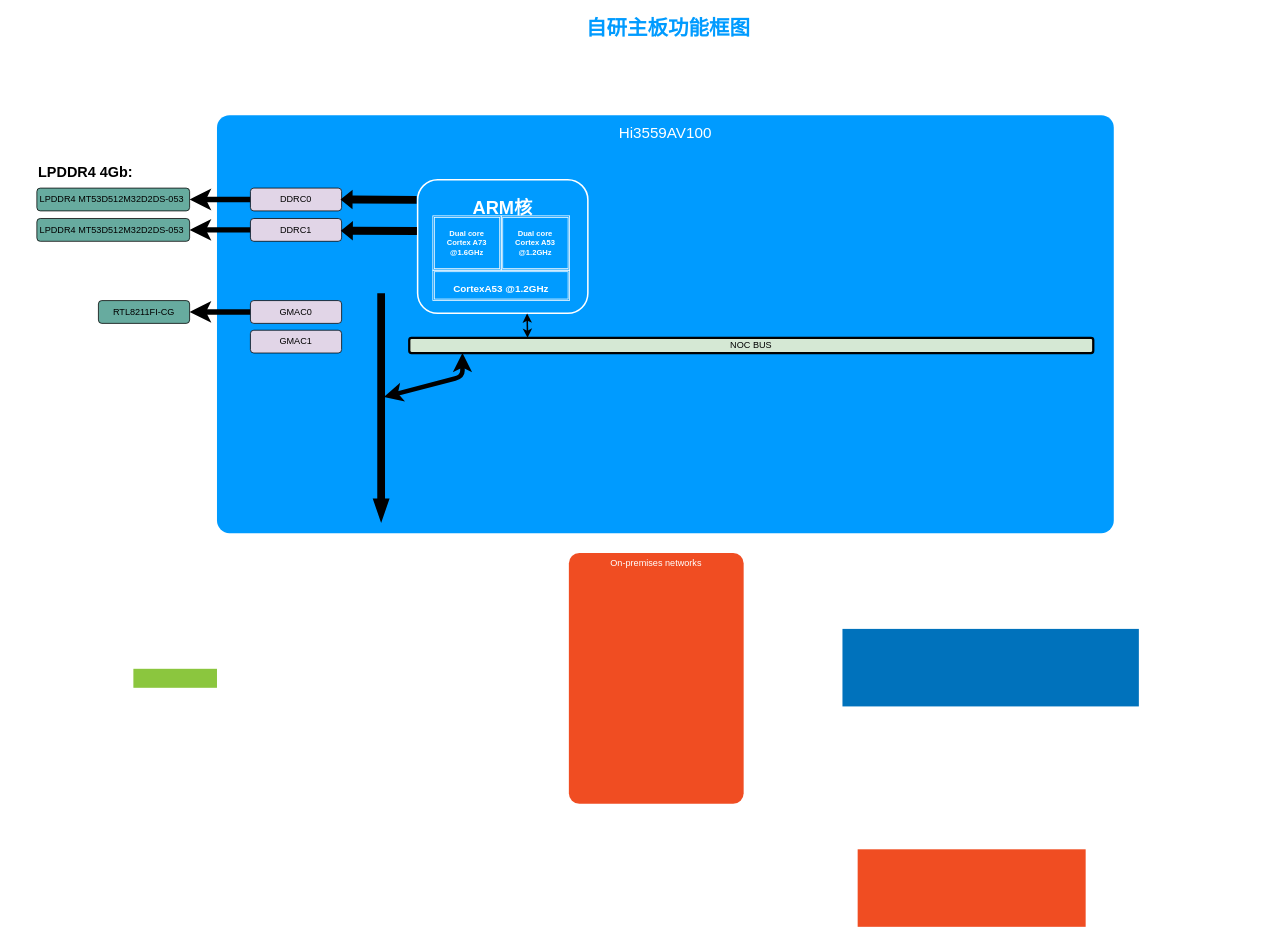
qiaoshouxing/draw.io keeps this draw.io diagram as Hi3559av100.drawio. Above is the earlier version. Source tidied: cells renumbered, new cells numbered last; positions are measured from the earlier drawing's top-left corner, leaving out a move shared by most shapes. Both pictures are drawn from the tidied source at 76%, with x=0, y=0 at pixel (36, 13). Pictures stored in the file or linked from it are replaced by grey dashed boxes.
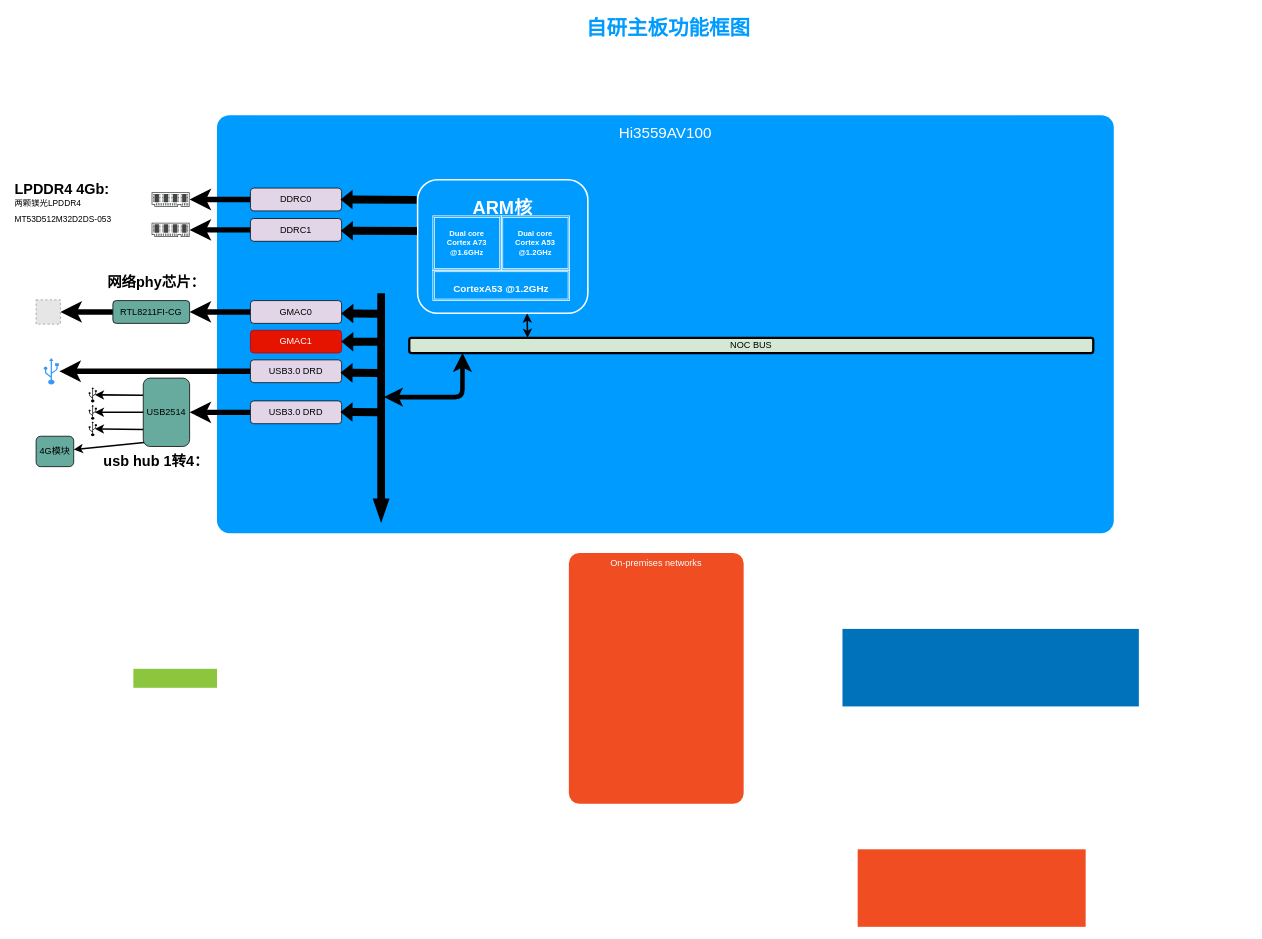
The same diagram, later.

Unchanged cells that the change refers to:
```xml
<mxCell id="14" style="html=1;shadow=0;dashed=0;align=center;verticalAlign=middle;shape=mxgraph.arrows2.arrow;dy=0.6;dx=26;direction=south;notch=0;strokeColor=#000000;strokeWidth=3;fillColor=#000000;" parent="1" vertex="1">
  <mxGeometry x="444" y="370" width="18" height="296" as="geometry" />
</mxCell>
<mxCell id="17" value="DDRC0" style="rounded=1;whiteSpace=wrap;html=1;strokeColor=#000000;strokeWidth=1;fillColor=#e1d5e7;" parent="1" vertex="1">
  <mxGeometry x="281" y="230" width="120" height="30" as="geometry" />
</mxCell>
<mxCell id="20" value="DDRC1" style="rounded=1;whiteSpace=wrap;html=1;strokeColor=#000000;strokeWidth=1;fillColor=#e1d5e7;" parent="1" vertex="1">
  <mxGeometry x="281" y="270" width="120" height="30" as="geometry" />
</mxCell>
```

Diff of the diagram source:
```diff
@@
     <mxCell id="15" style="endArrow=classic;startArrow=classic;html=1;strokeWidth=6;jumpSize=7;exitX=0;exitY=0;exitDx=135;exitDy=5.3999999999999995;exitPerimeter=0;" parent="1" edge="1" source="14">
       <mxGeometry relative="1" as="geometry">
         <mxPoint x="560" y="447" as="targetPoint" />
         <Array as="points">
-          <mxPoint x="560" y="478" />
+          <mxPoint x="560" y="505" />
         </Array>
       </mxGeometry>
     </mxCell>
-    <mxCell id="16" style="edgeStyle=orthogonalEdgeStyle;rounded=0;jumpSize=7;jettySize=auto;html=1;strokeWidth=7;fillColor=#000000;" parent="1" edge="1" source="17" target="18">
-      <mxGeometry relative="1" as="geometry" />
+    <mxCell id="16" style="edgeStyle=orthogonalEdgeStyle;rounded=0;jumpSize=7;jettySize=auto;html=1;strokeWidth=7;fillColor=#000000;" parent="1" edge="1" source="17">
+      <mxGeometry relative="1" as="geometry">
+        <mxPoint x="201" y="245" as="targetPoint" />
+      </mxGeometry>
     </mxCell>
@@
-    <mxCell id="18" value="&lt;div&gt;LPDDR4&amp;nbsp;&lt;span&gt;MT53D512M&lt;/span&gt;&lt;span&gt;32D2DS-053&amp;nbsp;&lt;/span&gt;&lt;/div&gt;" style="rounded=1;whiteSpace=wrap;html=1;strokeColor=#000000;strokeWidth=1;fillColor=#67AB9F;" parent="1" vertex="1">
-      <mxGeometry y="230" width="201" height="30" as="geometry" />
-    </mxCell>
-    <mxCell id="19" style="edgeStyle=orthogonalEdgeStyle;rounded=0;jumpSize=7;jettySize=auto;html=1;strokeWidth=7;fillColor=#000000;" parent="1" edge="1" source="20" target="21">
-      <mxGeometry relative="1" as="geometry" />
+    <mxCell id="19" style="edgeStyle=orthogonalEdgeStyle;rounded=0;jumpSize=7;jettySize=auto;html=1;strokeWidth=7;fillColor=#000000;" parent="1" edge="1" source="20">
+      <mxGeometry relative="1" as="geometry">
+        <mxPoint x="201" y="285" as="targetPoint" />
+      </mxGeometry>
     </mxCell>
@@
-    <mxCell id="21" value="LPDDR4&amp;nbsp;MT53D512M32D2DS-053&amp;nbsp;" style="rounded=1;whiteSpace=wrap;html=1;strokeColor=#000000;strokeWidth=1;fillColor=#67AB9F;" parent="1" vertex="1">
-      <mxGeometry y="270" width="201" height="30" as="geometry" />
-    </mxCell>
@@
+    <mxCell id="29" style="edgeStyle=orthogonalEdgeStyle;rounded=0;jettySize=auto;html=1;strokeWidth=7;entryX=1;entryY=0.5;entryDx=0;entryDy=0;" parent="1" edge="1" source="26" target="46">
+      <mxGeometry relative="1" as="geometry" />
+    </mxCell>
     <mxCell id="26" value="RTL8211FI-CG" style="rounded=1;whiteSpace=wrap;html=1;strokeColor=#000000;strokeWidth=1;fillColor=#67AB9F;" parent="1" vertex="1">
-      <mxGeometry x="81" y="378" width="120" height="30" as="geometry" />
+      <mxGeometry x="100" y="378" width="101" height="30" as="geometry" />
     </mxCell>
-    <mxCell id="27" value="GMAC1" style="rounded=1;whiteSpace=wrap;html=1;strokeColor=#000000;strokeWidth=1;fillColor=#e1d5e7;" parent="1" vertex="1">
+    <mxCell id="27" value="GMAC1" style="rounded=1;whiteSpace=wrap;html=1;strokeColor=#B20000;strokeWidth=1;fillColor=#e51400;fontColor=#ffffff;" parent="1" vertex="1">
       <mxGeometry x="281" y="417" width="120" height="30" as="geometry" />
     </mxCell>
-    <mxCell id="28" value="&lt;b&gt;&lt;font style=&quot;font-size: 19px&quot;&gt;LPDDR4 4Gb:&lt;/font&gt;&lt;/b&gt;" style="text;html=1;strokeColor=none;fillColor=none;align=left;verticalAlign=middle;whiteSpace=wrap;rounded=0;" parent="1" vertex="1">
-      <mxGeometry y="190" width="144.5" height="40" as="geometry" />
+    <mxCell id="28" value="&lt;b&gt;&lt;font style=&quot;font-size: 19px&quot;&gt;LPDDR4 4Gb:&lt;br&gt;&lt;/font&gt;&lt;/b&gt;&lt;span style=&quot;text-align: center&quot;&gt;&lt;font&gt;&lt;span style=&quot;font-size: 11px&quot;&gt;两颗镁光LPDDR4 MT53D512M32D2DS-053&amp;nbsp;&lt;/span&gt;&lt;/font&gt;&lt;/span&gt;&lt;b&gt;&lt;font style=&quot;font-size: 19px&quot;&gt;&lt;br&gt;&lt;/font&gt;&lt;/b&gt;" style="text;html=1;strokeColor=none;fillColor=none;align=left;verticalAlign=middle;whiteSpace=wrap;rounded=0;" parent="1" vertex="1">
+      <mxGeometry x="-31" y="230" width="181" height="40" as="geometry" />
     </mxCell>
+    <mxCell id="30" style="shape=flexArrow;endArrow=classic;html=1;strokeWidth=1;exitX=0.005;exitY=0.151;exitDx=0;exitDy=0;exitPerimeter=0;fillColor=#000000;strokeColor=none;endWidth=14.285714285714285;endSize=4.961904761904762;width=10.476190476190476;" parent="1" edge="1">
+      <mxGeometry relative="1" as="geometry">
+        <mxPoint x="451.1" y="395.3" as="sourcePoint" />
+        <mxPoint x="400" y="395" as="targetPoint" />
+      </mxGeometry>
+    </mxCell>
+    <mxCell id="31" style="shape=flexArrow;endArrow=classic;html=1;strokeWidth=1;exitX=0.005;exitY=0.151;exitDx=0;exitDy=0;exitPerimeter=0;fillColor=#000000;strokeColor=none;endWidth=14.285714285714285;endSize=4.961904761904762;width=10.476190476190476;" parent="1" edge="1">
+      <mxGeometry relative="1" as="geometry">
+        <mxPoint x="451.1" y="432.3" as="sourcePoint" />
+        <mxPoint x="400" y="432" as="targetPoint" />
+      </mxGeometry>
+    </mxCell>
+    <mxCell id="32" value="&lt;b&gt;&lt;font style=&quot;font-size: 19px&quot;&gt;网络phy芯片：&lt;/font&gt;&lt;/b&gt;" style="text;html=1;strokeColor=none;fillColor=none;align=left;verticalAlign=middle;whiteSpace=wrap;rounded=0;" parent="1" vertex="1">
+      <mxGeometry x="91" y="335" width="139" height="40" as="geometry" />
+    </mxCell>
+    <mxCell id="33" style="edgeStyle=orthogonalEdgeStyle;rounded=0;jettySize=auto;html=1;strokeWidth=7;entryX=1.033;entryY=0.5;entryDx=0;entryDy=0;entryPerimeter=0;" parent="1" edge="1" source="34" target="45">
+      <mxGeometry relative="1" as="geometry" />
+    </mxCell>
+    <mxCell id="34" value="USB3.0 DRD" style="rounded=1;whiteSpace=wrap;html=1;strokeColor=#000000;strokeWidth=1;fillColor=#e1d5e7;" parent="1" vertex="1">
+      <mxGeometry x="281" y="456" width="120" height="30" as="geometry" />
+    </mxCell>
+    <mxCell id="35" style="edgeStyle=orthogonalEdgeStyle;rounded=0;jettySize=auto;html=1;strokeWidth=7;" parent="1" edge="1" source="36" target="41">
+      <mxGeometry relative="1" as="geometry" />
+    </mxCell>
+    <mxCell id="36" value="USB3.0 DRD" style="rounded=1;whiteSpace=wrap;html=1;strokeColor=#000000;strokeWidth=1;fillColor=#e1d5e7;" parent="1" vertex="1">
+      <mxGeometry x="281" y="510" width="120" height="30" as="geometry" />
+    </mxCell>
+    <mxCell id="37" style="rounded=0;jettySize=auto;html=1;exitX=0;exitY=0.25;exitDx=0;exitDy=0;entryX=0.75;entryY=0.5;entryDx=0;entryDy=0;entryPerimeter=0;strokeWidth=2;" parent="1" edge="1" source="41" target="49">
+      <mxGeometry relative="1" as="geometry" />
+    </mxCell>
+    <mxCell id="38" style="edgeStyle=orthogonalEdgeStyle;rounded=0;jettySize=auto;html=1;exitX=0;exitY=0.5;exitDx=0;exitDy=0;entryX=0.75;entryY=0.5;entryDx=0;entryDy=0;entryPerimeter=0;strokeWidth=2;" parent="1" edge="1" source="41" target="50">
+      <mxGeometry relative="1" as="geometry" />
+    </mxCell>
+    <mxCell id="39" style="rounded=0;jettySize=auto;html=1;exitX=0;exitY=0.75;exitDx=0;exitDy=0;entryX=0.75;entryY=0.5;entryDx=0;entryDy=0;entryPerimeter=0;strokeWidth=2;" parent="1" edge="1" source="41" target="51">
+      <mxGeometry relative="1" as="geometry" />
+    </mxCell>
+    <mxCell id="40" style="rounded=0;jettySize=auto;html=1;strokeWidth=2;exitX=0.022;exitY=0.94;exitDx=0;exitDy=0;exitPerimeter=0;" parent="1" edge="1" source="41" target="42">
+      <mxGeometry relative="1" as="geometry" />
+    </mxCell>
+    <mxCell id="41" value="USB2514" style="rounded=1;whiteSpace=wrap;html=1;strokeColor=#000000;strokeWidth=1;fillColor=#67AB9F;" parent="1" vertex="1">
+      <mxGeometry x="140" y="480" width="61" height="90" as="geometry" />
+    </mxCell>
+    <mxCell id="42" value="4G模块" style="rounded=1;whiteSpace=wrap;html=1;strokeColor=#000000;strokeWidth=1;fillColor=#67AB9F;" parent="1" vertex="1">
+      <mxGeometry x="-1" y="556.5" width="49.5" height="40" as="geometry" />
+    </mxCell>
+    <mxCell id="43" style="shape=flexArrow;endArrow=classic;html=1;strokeWidth=1;exitX=0.005;exitY=0.151;exitDx=0;exitDy=0;exitPerimeter=0;fillColor=#000000;strokeColor=none;endWidth=14.285714285714285;endSize=4.961904761904762;width=10.476190476190476;" parent="1" edge="1">
+      <mxGeometry relative="1" as="geometry">
+        <mxPoint x="450.1" y="473.3" as="sourcePoint" />
+        <mxPoint x="399" y="473" as="targetPoint" />
+      </mxGeometry>
+    </mxCell>
+    <mxCell id="44" style="shape=flexArrow;endArrow=classic;html=1;strokeWidth=1;exitX=0.005;exitY=0.151;exitDx=0;exitDy=0;exitPerimeter=0;fillColor=#000000;strokeColor=none;endWidth=14.285714285714285;endSize=4.961904761904762;width=10.476190476190476;" parent="1" edge="1">
+      <mxGeometry relative="1" as="geometry">
+        <mxPoint x="450.1" y="524.8" as="sourcePoint" />
+        <mxPoint x="399" y="524.5" as="targetPoint" />
+      </mxGeometry>
+    </mxCell>
+    <mxCell id="45" style="shape=mxgraph.signs.tech.usb;html=1;fillColor=#3399FF;strokeColor=none;verticalLabelPosition=bottom;verticalAlign=top;align=center;" parent="1" vertex="1">
+      <mxGeometry x="9" y="453.5" width="20" height="35" as="geometry" />
+    </mxCell>
+    <mxCell id="46" style="fillColor=#E6E6E6;strokeColor=#999999;dashed=1;html=1;verticalAlign=top;verticalLabelPosition=bottom;labelBackgroundColor=#ffffff;" parent="1" vertex="1">
+      <mxGeometry x="-1" y="377" width="32" height="32" as="geometry" />
+    </mxCell>
+    <mxCell id="47" style="shadow=0;dashed=0;html=1;strokeColor=none;fillColor=#434445;labelPosition=center;verticalLabelPosition=bottom;verticalAlign=top;align=center;shape=mxgraph.vvd.memory;" parent="1" vertex="1">
+      <mxGeometry x="151" y="235.5" width="50" height="19" as="geometry" />
+    </mxCell>
+    <mxCell id="48" style="shadow=0;dashed=0;html=1;strokeColor=none;fillColor=#434445;labelPosition=center;verticalLabelPosition=bottom;verticalAlign=top;align=center;shape=mxgraph.vvd.memory;" parent="1" vertex="1">
+      <mxGeometry x="151" y="275.5" width="50" height="19" as="geometry" />
+    </mxCell>
+    <mxCell id="49" style="shape=mxgraph.signs.tech.usb;html=1;fillColor=#000000;strokeColor=none;verticalLabelPosition=bottom;verticalAlign=top;align=center;" parent="1" vertex="1">
+      <mxGeometry x="68" y="492" width="11" height="20" as="geometry" />
+    </mxCell>
+    <mxCell id="50" style="shape=mxgraph.signs.tech.usb;html=1;fillColor=#000000;strokeColor=none;verticalLabelPosition=bottom;verticalAlign=top;align=center;" parent="1" vertex="1">
+      <mxGeometry x="68" y="515.2" width="11" height="19.5" as="geometry" />
+    </mxCell>
+    <mxCell id="51" style="shape=mxgraph.signs.tech.usb;html=1;fillColor=#000000;strokeColor=none;verticalLabelPosition=bottom;verticalAlign=top;align=center;" parent="1" vertex="1">
+      <mxGeometry x="68" y="537" width="11" height="19.5" as="geometry" />
+    </mxCell>
+    <mxCell id="52" value="&lt;span style=&quot;font-size: 19px&quot;&gt;&lt;b&gt;usb hub 1转4：&lt;/b&gt;&lt;/span&gt;" style="text;html=1;strokeColor=none;fillColor=none;align=left;verticalAlign=middle;whiteSpace=wrap;rounded=0;" parent="1" vertex="1">
+      <mxGeometry x="85.5" y="570" width="150" height="40" as="geometry" />
+    </mxCell>
```
